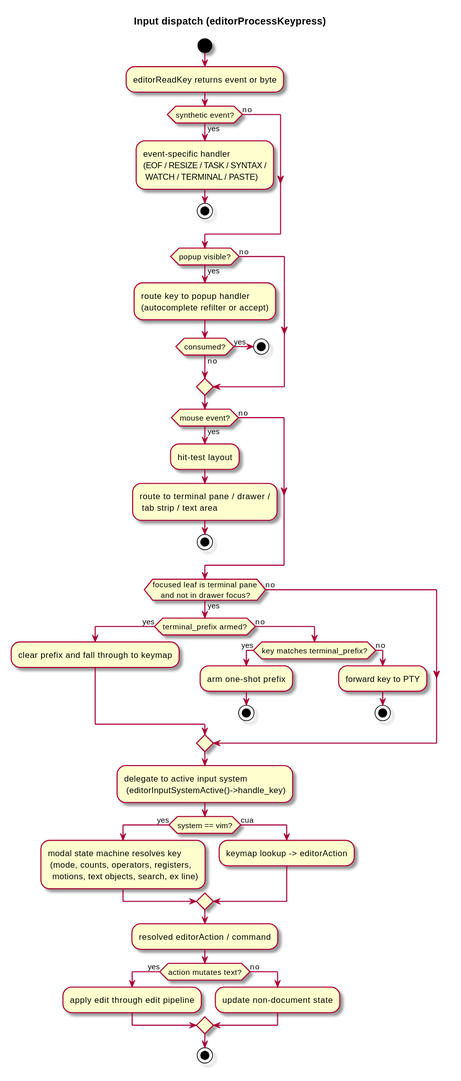
Earlier version of the PlantUML export docs/diagrams/svg/action-dispatch.svg (kokkoniemi/rotide). Its source is kept beside it as docs/diagrams/src/action-dispatch.puml.
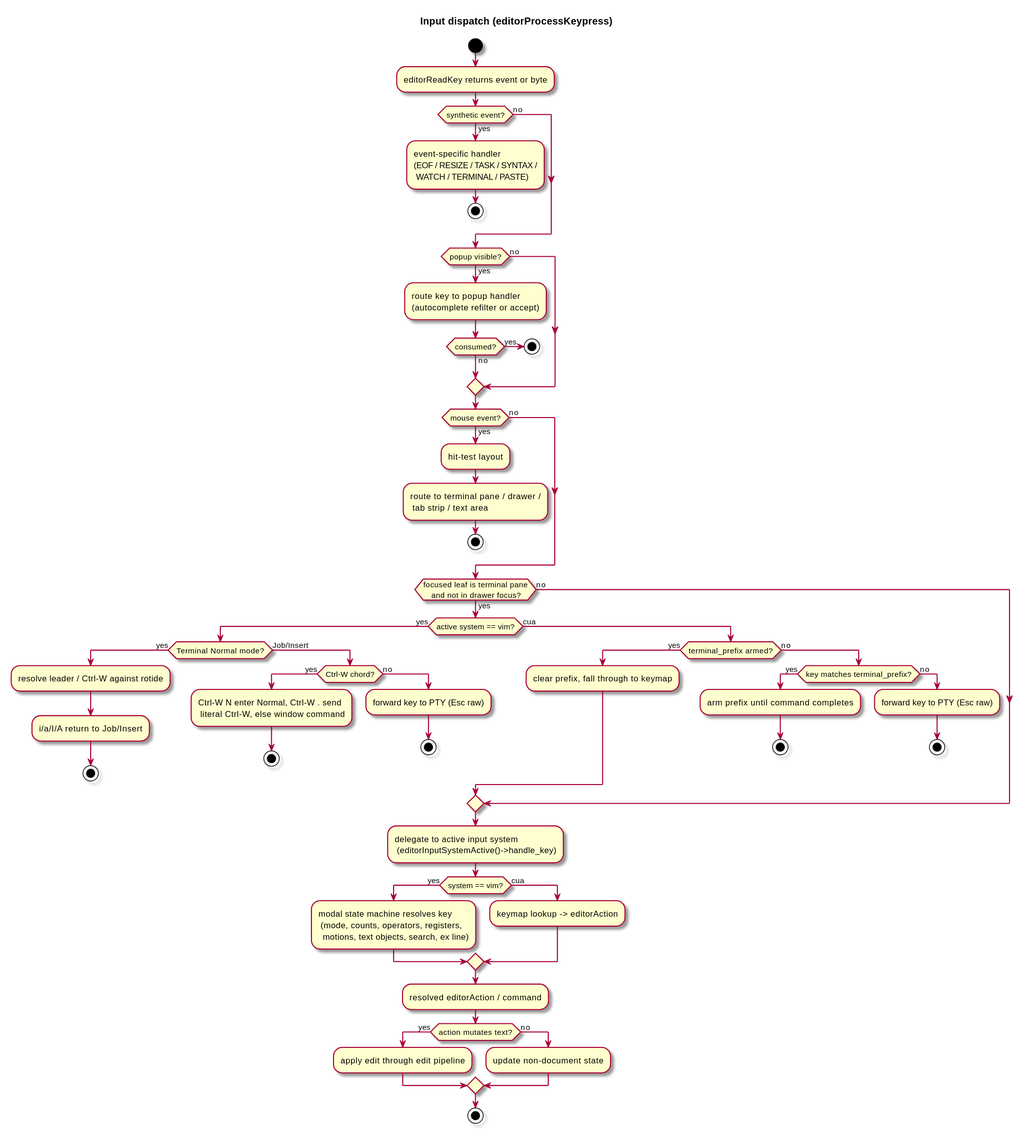
After the change.

Diff of the diagram source:
```diff
@@ -30,15 +30,32 @@
 endif
 if (focused leaf is terminal pane
     and not in drawer focus?) then (yes)
-  if (terminal_prefix armed?) then (yes)
-    :clear prefix and fall through to keymap;
-  else (no)
-    if (key matches terminal_prefix?) then (yes)
-      :arm one-shot prefix;
+  if (active system == vim?) then (yes)
+    if (Terminal Normal mode?) then (yes)
+      :resolve leader / Ctrl-W against rotide;
+      :i/a/I/A return to Job/Insert;
       stop
+    else (Job/Insert)
+      if (Ctrl-W chord?) then (yes)
+        :Ctrl-W N enter Normal, Ctrl-W . send
+         literal Ctrl-W, else window command;
+        stop
+      else (no)
+        :forward key to PTY (Esc raw);
+        stop
+      endif
+    endif
+  else (cua)
+    if (terminal_prefix armed?) then (yes)
+      :clear prefix, fall through to keymap;
     else (no)
-      :forward key to PTY;
-      stop
+      if (key matches terminal_prefix?) then (yes)
+        :arm prefix until command completes;
+        stop
+      else (no)
+        :forward key to PTY (Esc raw);
+        stop
+      endif
     endif
   endif
 else (no)
```
